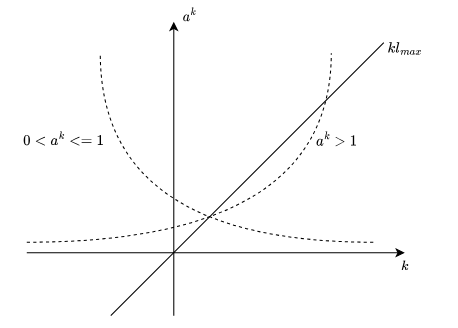
Above: assets/2023-11-03 dimostrazione-McMillan.svg in yasemitee/Teoria-Informazione-Trasmissione (draw.io), before the change. Source tidied: cells renumbered, new cells last; positions are measured from the earlier drawing's top-left corner, leaving out a move shared by most shapes.
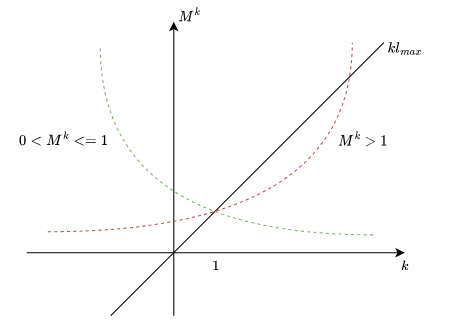
Above is the later version.

Commit message:
Fix del grafo nella dimostrazione di McMillan

Change to the diagram source:
```diff
@@ -20,28 +20,28 @@
         <mxPoint x="365" y="40" as="targetPoint" />
       </mxGeometry>
     </mxCell>
-    <mxCell id="5" style="endArrow=none;dashed=1;html=1;rounded=0;edgeStyle=orthogonalEdgeStyle;curved=1;" parent="1" edge="1">
+    <mxCell id="5" style="endArrow=none;dashed=1;html=1;rounded=0;edgeStyle=orthogonalEdgeStyle;curved=1;fillColor=#d5e8d4;strokeColor=#82b366;" parent="1" edge="1">
       <mxGeometry relative="1" as="geometry">
-        <mxPoint x="355" y="230" as="sourcePoint" />
-        <mxPoint x="95" y="50" as="targetPoint" />
+        <mxPoint x="355" y="223" as="sourcePoint" />
+        <mxPoint x="95" y="43" as="targetPoint" />
         <Array as="points">
-          <mxPoint x="95" y="230" />
+          <mxPoint x="95" y="223" />
         </Array>
       </mxGeometry>
     </mxCell>
-    <mxCell id="6" style="endArrow=none;dashed=1;html=1;rounded=0;edgeStyle=orthogonalEdgeStyle;curved=1;" parent="1" edge="1">
+    <mxCell id="6" style="endArrow=none;dashed=1;html=1;rounded=0;edgeStyle=orthogonalEdgeStyle;curved=1;fillColor=#f8cecc;strokeColor=#b85450;" parent="1" edge="1">
       <mxGeometry relative="1" as="geometry">
-        <mxPoint x="25" y="230" as="sourcePoint" />
-        <mxPoint x="315" y="50" as="targetPoint" />
+        <mxPoint x="45" y="220" as="sourcePoint" />
+        <mxPoint x="335" y="40" as="targetPoint" />
         <Array as="points">
-          <mxPoint x="315" y="230" />
+          <mxPoint x="335" y="220" />
         </Array>
       </mxGeometry>
     </mxCell>
-    <mxCell id="7" value="$$a^k &amp;gt; 1 $$" style="text;html=1;align=center;verticalAlign=middle;strokeColor=none;fillColor=none;" parent="1" vertex="1">
-      <mxGeometry x="275" y="118" width="90" height="30" as="geometry" />
+    <mxCell id="7" value="$$M^k &amp;gt; 1 $$" style="text;html=1;align=center;verticalAlign=middle;strokeColor=none;fillColor=none;" parent="1" vertex="1">
+      <mxGeometry x="295" y="118" width="100" height="30" as="geometry" />
     </mxCell>
-    <mxCell id="8" value="$$0&amp;lt; a^k &amp;lt;= 1 $$" style="text;html=1;align=center;verticalAlign=middle;strokeColor=none;fillColor=none;" parent="1" vertex="1">
+    <mxCell id="8" value="$$0&amp;lt; M^k &amp;lt;= 1 $$" style="text;html=1;align=center;verticalAlign=middle;strokeColor=none;fillColor=none;" parent="1" vertex="1">
       <mxGeometry y="118" width="120" height="30" as="geometry" />
     </mxCell>
     <mxCell id="9" value="$$k l_{max}$$" style="text;html=1;align=center;verticalAlign=middle;strokeColor=none;fillColor=none;" parent="1" vertex="1">
@@ -50,8 +50,11 @@
     <mxCell id="10" value="$$k$$" style="text;html=1;align=center;verticalAlign=middle;strokeColor=none;fillColor=none;" parent="1" vertex="1">
       <mxGeometry x="355" y="238" width="60" height="30" as="geometry" />
     </mxCell>
-    <mxCell id="11" value="$$a^k$$" style="text;html=1;align=center;verticalAlign=middle;strokeColor=none;fillColor=none;" parent="1" vertex="1">
+    <mxCell id="11" value="$$M^k$$" style="text;html=1;align=center;verticalAlign=middle;strokeColor=none;fillColor=none;" parent="1" vertex="1">
       <mxGeometry x="145" width="70" height="30" as="geometry" />
     </mxCell>
+    <mxCell id="12" value="$$1$$" style="text;html=1;align=center;verticalAlign=middle;strokeColor=none;fillColor=none;" parent="1" vertex="1">
+      <mxGeometry x="175" y="238" width="60" height="30" as="geometry" />
+    </mxCell>
   </root>
 </mxGraphModel>
```
